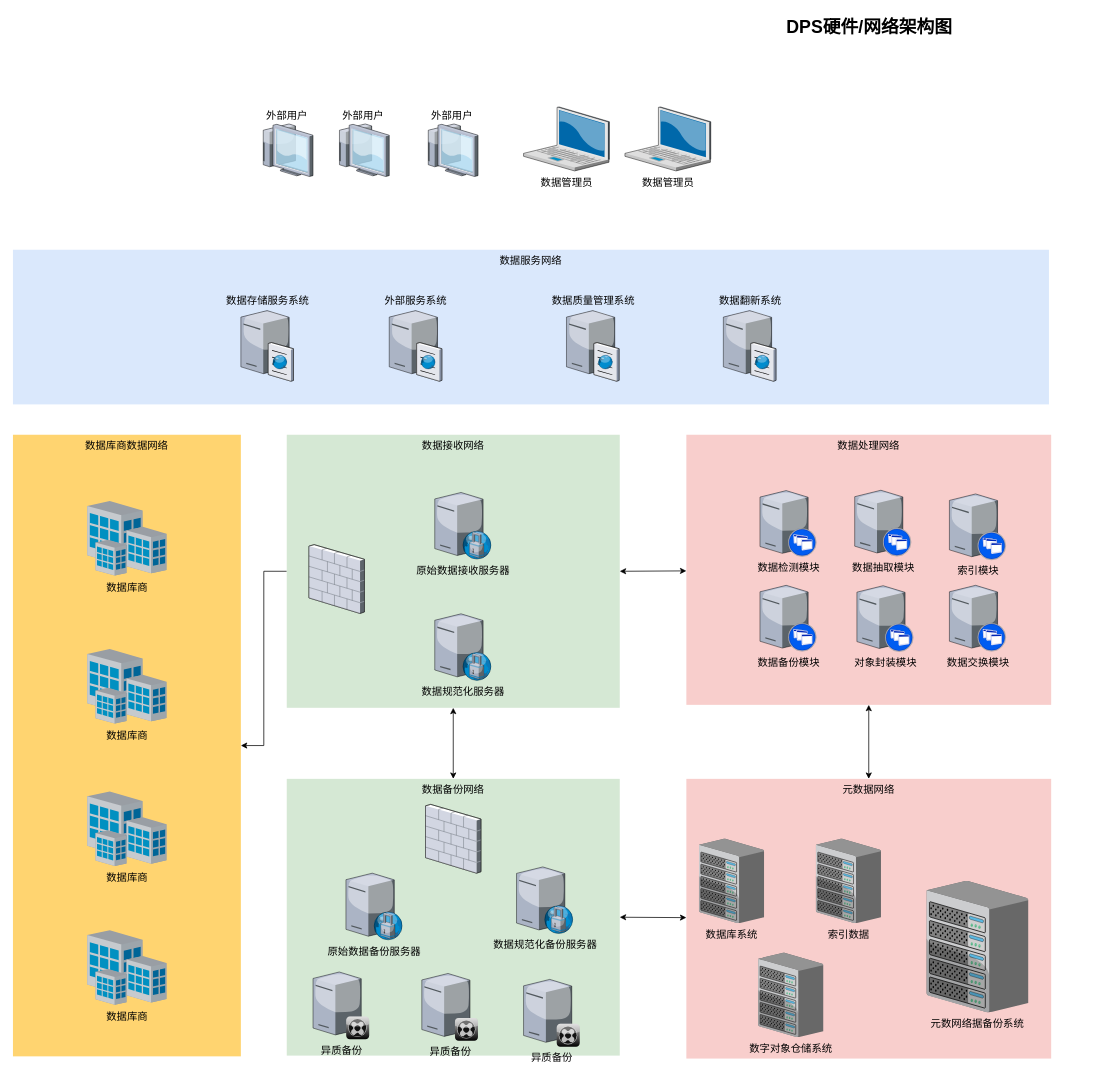
czjczj20/draw.io keeps this draw.io diagram as DPSNEW-hardwareall.drawio. Above is the earlier version. Source tidied: cells renumbered, new cells numbered last; positions are measured from the earlier drawing's top-left corner, leaving out a move shared by most shapes. Both pictures are drawn from the tidied source at 74%, with x=0, y=0 at pixel (13, 13).
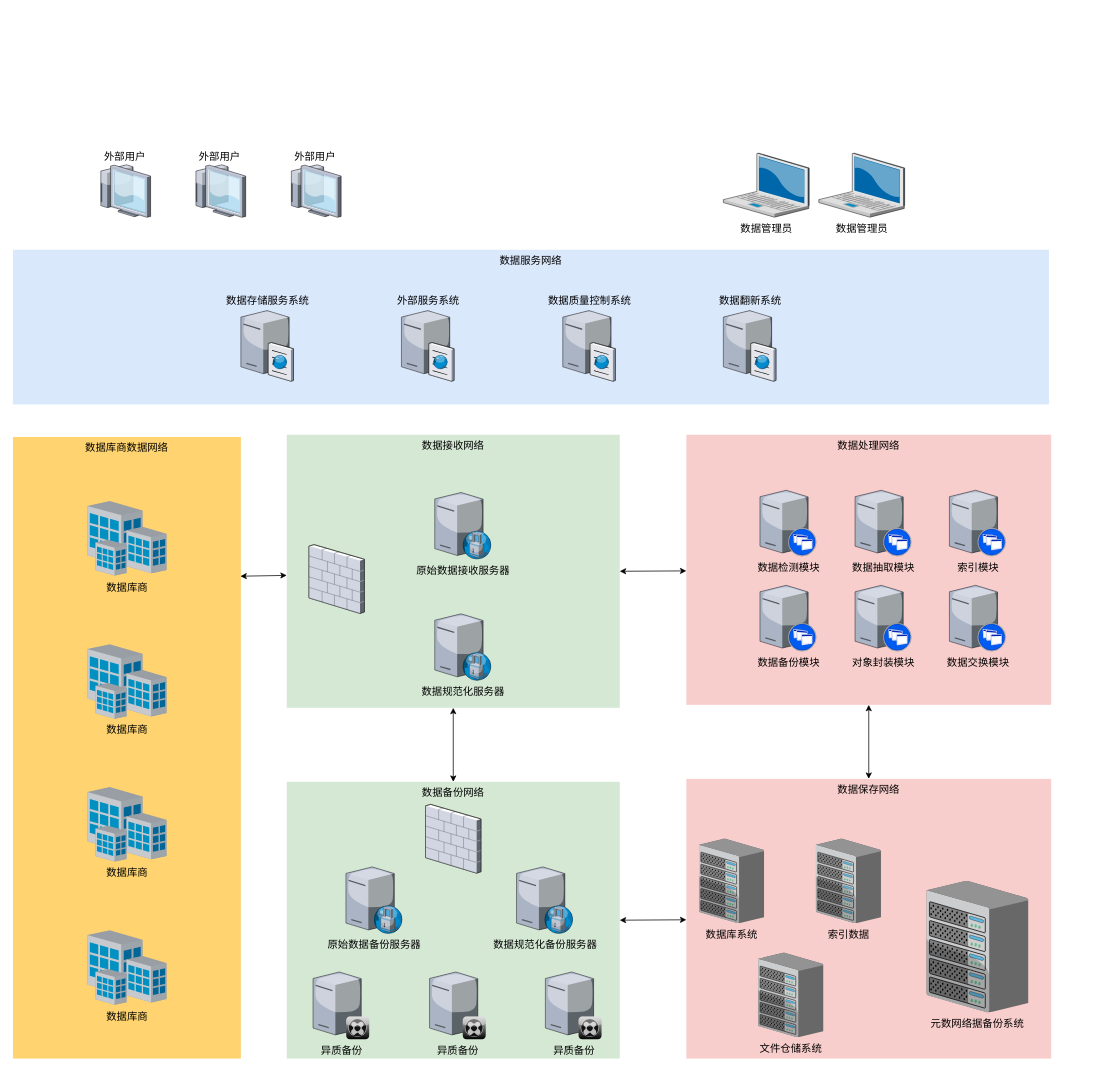
After the change.

The change refers to these unchanged cells:
```xml
<mxCell id="5" value="数据接收网络" style="whiteSpace=wrap;html=1;fillColor=#d5e8d4;fontSize=14;strokeColor=none;verticalAlign=top;" parent="1" vertex="1">
  <mxGeometry x="370" y="570" width="450" height="369" as="geometry" />
</mxCell>
```

Change to the diagram source:
```diff
@@
-    <mxCell id="3" value="元数据网络" style="whiteSpace=wrap;html=1;fillColor=#f8cecc;fontSize=14;strokeColor=none;verticalAlign=top;" parent="1" vertex="1">
+    <mxCell id="3" value="数据保存网络" style="whiteSpace=wrap;html=1;fillColor=#f8cecc;fontSize=14;strokeColor=none;verticalAlign=top;" parent="1" vertex="1">
       <mxGeometry x="910" y="1035" width="493" height="378" as="geometry" />
     </mxCell>
-    <mxCell id="4" style="edgeStyle=orthogonalEdgeStyle;rounded=0;jettySize=auto;html=1;" parent="1" edge="1" source="5" target="6">
-      <mxGeometry relative="1" as="geometry" />
-    </mxCell>
@@
     <mxCell id="6" value="数据库商数据网络" style="whiteSpace=wrap;html=1;fillColor=#FFD470;gradientColor=none;fontSize=14;strokeColor=none;verticalAlign=top;" parent="1" vertex="1">
-      <mxGeometry y="570" width="308" height="840" as="geometry" />
+      <mxGeometry y="573" width="308" height="840" as="geometry" />
     </mxCell>
@@
     <mxCell id="8" value="外部用户" style="verticalLabelPosition=top;html=1;verticalAlign=bottom;strokeColor=none;shape=mxgraph.citrix.thin_client;fillColor=#66B2FF;gradientColor=#0066CC;fontSize=14;labelPosition=center;align=center;" parent="1" vertex="1">
-      <mxGeometry x="437.5" y="150" width="71" height="71" as="geometry" />
+      <mxGeometry x="243.5" y="205.2" width="71" height="71" as="geometry" />
     </mxCell>
     <mxCell id="9" value="外部用户" style="verticalLabelPosition=top;html=1;verticalAlign=bottom;strokeColor=none;shape=mxgraph.citrix.thin_client;fillColor=#66B2FF;gradientColor=#0066CC;fontSize=14;labelPosition=center;align=center;" parent="1" vertex="1">
-      <mxGeometry x="334.5" y="150" width="71" height="71" as="geometry" />
+      <mxGeometry x="115" y="205.2" width="71" height="71" as="geometry" />
     </mxCell>
@@
-    <mxCell id="11" value="DPS硬件/网络架构图" style="text;strokeColor=none;fillColor=none;html=1;fontSize=24;fontStyle=1;verticalAlign=middle;align=center;" parent="1" vertex="1">
-      <mxGeometry x="868.5" width="576" height="40" as="geometry" />
-    </mxCell>
     <mxCell id="12" value="数据库商" style="verticalLabelPosition=bottom;html=1;verticalAlign=top;strokeColor=none;shape=mxgraph.citrix.site;fillColor=#66B2FF;gradientColor=#0066CC;fontSize=14;" parent="1" vertex="1">
-      <mxGeometry x="100.5" y="859.5" width="107" height="101" as="geometry" />
+      <mxGeometry x="100.5" y="853" width="107" height="101" as="geometry" />
     </mxCell>
     <mxCell id="13" value="数据库商" style="verticalLabelPosition=bottom;html=1;verticalAlign=top;strokeColor=none;shape=mxgraph.citrix.site;fillColor=#66B2FF;gradientColor=#0066CC;fontSize=14;" parent="1" vertex="1">
-      <mxGeometry x="100.5" y="1052" width="107" height="101" as="geometry" />
+      <mxGeometry x="100.5" y="1046" width="107" height="101" as="geometry" />
     </mxCell>
@@
     <mxCell id="17" value="数据检测模块" style="verticalLabelPosition=bottom;html=1;verticalAlign=top;strokeColor=none;shape=mxgraph.citrix.xenapp_server;fillColor=#66B2FF;gradientColor=#0066CC;fontSize=14;" parent="1" vertex="1">
-      <mxGeometry x="1009.5" y="645.5" width="76" height="89" as="geometry" />
+      <mxGeometry x="1009.5" y="645" width="76" height="89" as="geometry" />
     </mxCell>
@@
     <mxCell id="19" value="数据抽取模块" style="verticalLabelPosition=bottom;html=1;verticalAlign=top;strokeColor=none;shape=mxgraph.citrix.xenapp_server;fillColor=#66B2FF;gradientColor=#0066CC;fontSize=14;" parent="1" vertex="1">
-      <mxGeometry x="1137.5" y="645" width="76" height="89" as="geometry" />
+      <mxGeometry x="1138" y="645" width="76" height="89" as="geometry" />
     </mxCell>
     <mxCell id="20" value="索引模块" style="verticalLabelPosition=bottom;html=1;verticalAlign=top;strokeColor=none;shape=mxgraph.citrix.xenapp_server;fillColor=#66B2FF;gradientColor=#0066CC;fontSize=14;" parent="1" vertex="1">
-      <mxGeometry x="1265.5" y="650" width="76" height="89" as="geometry" />
+      <mxGeometry x="1265.5" y="645" width="76" height="89" as="geometry" />
     </mxCell>
@@
     <mxCell id="22" value="对象封装模块" style="verticalLabelPosition=bottom;html=1;verticalAlign=top;strokeColor=none;shape=mxgraph.citrix.xenapp_server;fillColor=#66B2FF;gradientColor=#0066CC;fontSize=14;" parent="1" vertex="1">
-      <mxGeometry x="1140.5" y="774" width="76" height="89" as="geometry" />
+      <mxGeometry x="1138" y="773.5" width="76" height="89" as="geometry" />
     </mxCell>
     <mxCell id="23" value="数据备份网络" style="whiteSpace=wrap;html=1;fillColor=#d5e8d4;fontSize=14;strokeColor=none;verticalAlign=top;" parent="1" vertex="1">
-      <mxGeometry x="370" y="1035" width="450" height="374" as="geometry" />
+      <mxGeometry x="370" y="1039" width="450" height="374" as="geometry" />
     </mxCell>
@@
     <mxCell id="25" value="原始数据备份服务器" style="verticalLabelPosition=bottom;html=1;verticalAlign=top;strokeColor=none;shape=mxgraph.citrix.proxy_server;fillColor=#66B2FF;gradientColor=#0066CC;fontSize=14;" parent="1" vertex="1">
-      <mxGeometry x="450" y="1162.5" width="76.5" height="90" as="geometry" />
+      <mxGeometry x="450" y="1154" width="76.5" height="90" as="geometry" />
     </mxCell>
@@
     <mxCell id="30" value="外部服务系统" style="verticalLabelPosition=top;html=1;verticalAlign=bottom;strokeColor=none;shape=mxgraph.citrix.cache_server;fillColor=#66B2FF;gradientColor=#0066CC;fontSize=14;labelPosition=center;align=center;" parent="1" vertex="1">
-      <mxGeometry x="508.5" y="400" width="71" height="97.5" as="geometry" />
+      <mxGeometry x="525" y="400" width="71" height="97.5" as="geometry" />
     </mxCell>
@@
     <mxCell id="32" value="异质备份" style="verticalLabelPosition=bottom;html=1;verticalAlign=top;strokeColor=none;shape=mxgraph.citrix.xenclient_synchronizer;fillColor=#CCCCCC;gradientColor=#000000;gradientDirection=south;fontSize=14;" parent="1" vertex="1">
-      <mxGeometry x="552.5" y="1298" width="76" height="91" as="geometry" />
+      <mxGeometry x="563" y="1296" width="76" height="91" as="geometry" />
     </mxCell>
     <mxCell id="33" value="异质备份" style="verticalLabelPosition=bottom;html=1;verticalAlign=top;strokeColor=none;shape=mxgraph.citrix.xenclient_synchronizer;fillColor=#CCCCCC;gradientColor=#000000;gradientDirection=south;fontSize=14;" parent="1" vertex="1">
-      <mxGeometry x="690" y="1306" width="76" height="91" as="geometry" />
+      <mxGeometry x="719.5" y="1296" width="76" height="91" as="geometry" />
     </mxCell>
@@
     <mxCell id="36" value="外部用户" style="verticalLabelPosition=top;html=1;verticalAlign=bottom;strokeColor=none;shape=mxgraph.citrix.thin_client;fillColor=#66B2FF;gradientColor=#0066CC;fontSize=14;labelPosition=center;align=center;" parent="1" vertex="1">
-      <mxGeometry x="557.5" y="150" width="71" height="71" as="geometry" />
+      <mxGeometry x="372.5" y="205.2" width="71" height="71" as="geometry" />
     </mxCell>
     <mxCell id="37" value="数据管理员" style="verticalLabelPosition=bottom;html=1;verticalAlign=top;strokeColor=none;shape=mxgraph.citrix.laptop_2;fillColor=#66B2FF;gradientColor=#0066CC;fontSize=14;" parent="1" vertex="1">
-      <mxGeometry x="827" y="127" width="116" height="86.5" as="geometry" />
+      <mxGeometry x="1089" y="189.5" width="116" height="86.5" as="geometry" />
     </mxCell>
     <mxCell id="38" value="数据管理员" style="verticalLabelPosition=bottom;html=1;verticalAlign=top;strokeColor=none;shape=mxgraph.citrix.laptop_2;fillColor=#66B2FF;gradientColor=#0066CC;fontSize=14;" parent="1" vertex="1">
-      <mxGeometry x="690" y="127" width="116" height="86.5" as="geometry" />
+      <mxGeometry x="960" y="189.5" width="116" height="86.5" as="geometry" />
     </mxCell>
-    <mxCell id="39" value="数据质量管理系统" style="verticalLabelPosition=top;html=1;verticalAlign=bottom;strokeColor=none;shape=mxgraph.citrix.cache_server;fillColor=#66B2FF;gradientColor=#0066CC;fontSize=14;labelPosition=center;align=center;" parent="1" vertex="1">
-      <mxGeometry x="748" y="400" width="71" height="97.5" as="geometry" />
+    <mxCell id="39" value="数据质量控制系统" style="verticalLabelPosition=top;html=1;verticalAlign=bottom;strokeColor=none;shape=mxgraph.citrix.cache_server;fillColor=#66B2FF;gradientColor=#0066CC;fontSize=14;labelPosition=center;align=center;" parent="1" vertex="1">
+      <mxGeometry x="743" y="400" width="71" height="97.5" as="geometry" />
     </mxCell>
@@
-    <mxCell id="45" value="数字对象仓储系统" style="verticalLabelPosition=bottom;html=1;verticalAlign=top;strokeColor=none;shape=mxgraph.citrix.chassis;fillColor=#66B2FF;gradientColor=#0066CC;fontSize=14;" parent="1" vertex="1">
+    <mxCell id="45" value="文件仓储系统" style="verticalLabelPosition=bottom;html=1;verticalAlign=top;strokeColor=none;shape=mxgraph.citrix.chassis;fillColor=#66B2FF;gradientColor=#0066CC;fontSize=14;" parent="1" vertex="1">
       <mxGeometry x="1007" y="1270" width="88" height="114" as="geometry" />
     </mxCell>
+    <mxCell id="46" style="endArrow=classic;startArrow=classic;html=1;entryX=0;entryY=0.515;entryDx=0;entryDy=0;entryPerimeter=0;exitX=0.998;exitY=0.224;exitDx=0;exitDy=0;exitPerimeter=0;" parent="1" edge="1" source="6" target="5">
+      <mxGeometry relative="1" as="geometry" />
+    </mxCell>
```
